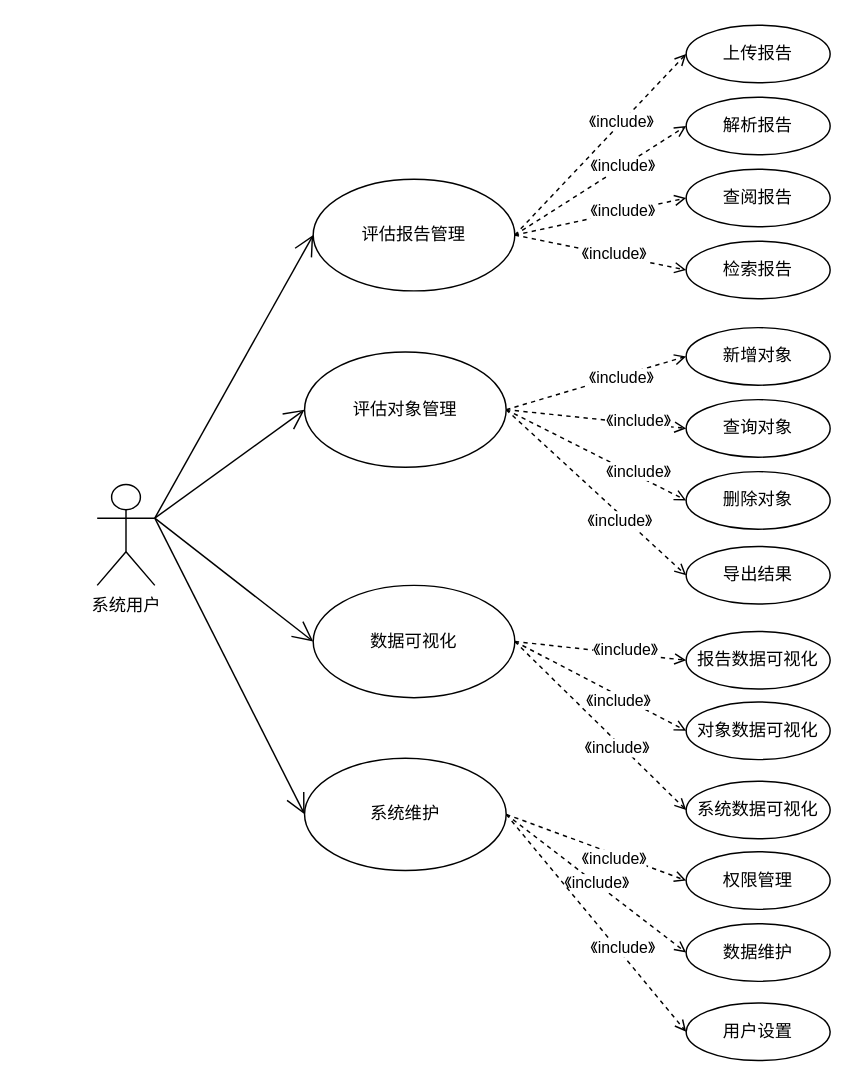
lang22/DocAI_UML keeps this draw.io diagram as user_case.drawio. Above is the earlier version. Source tidied: cells renumbered, new cells numbered last; positions are measured from the earlier drawing's top-left corner, leaving out a move shared by most shapes. Both pictures are drawn from the tidied source at 144%, with x=0, y=0 at pixel (96, 24).
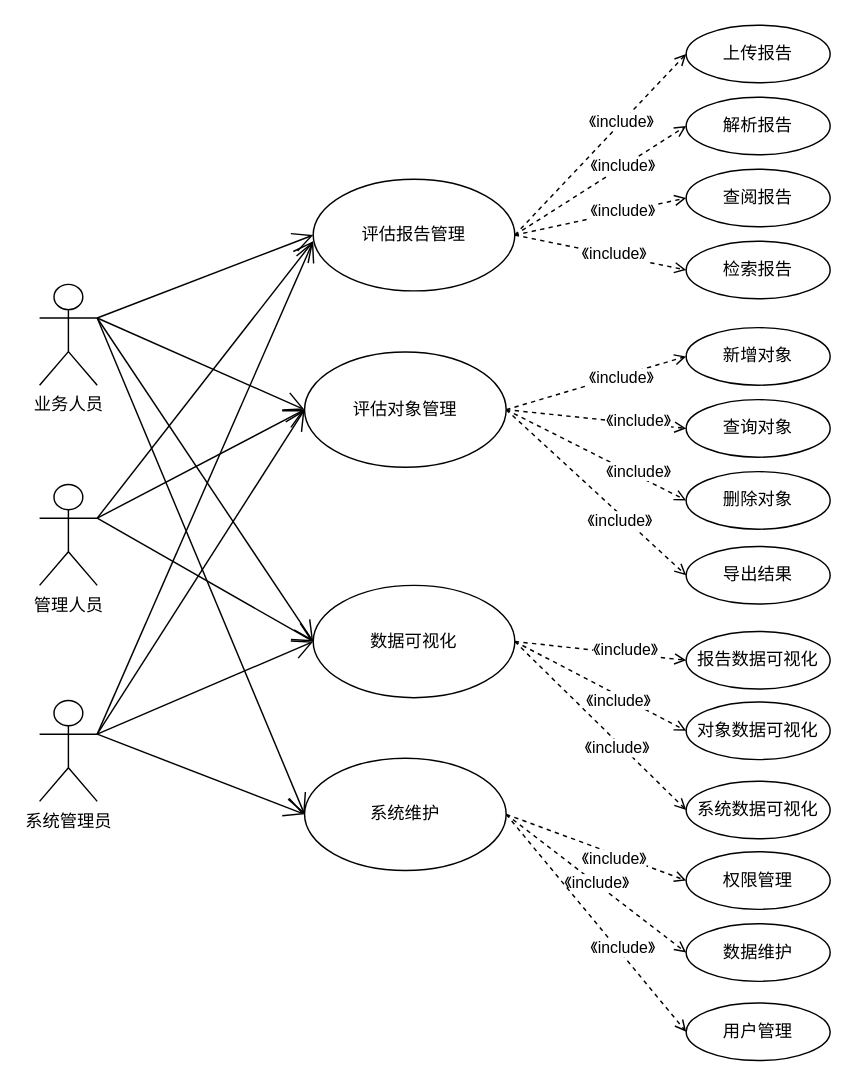
The same page after the edit.

Unchanged cells that the change refers to:
```xml
<mxCell id="11" value="数据可视化" style="ellipse;whiteSpace=wrap;html=1;" parent="1" vertex="1">
  <mxGeometry x="150" y="389" width="140" height="78" as="geometry" />
</mxCell>
<mxCell id="15" value="系统维护" style="ellipse;whiteSpace=wrap;html=1;" parent="1" vertex="1">
  <mxGeometry x="144" y="509" width="140" height="78" as="geometry" />
</mxCell>
<mxCell id="24" value="评估对象管理" style="ellipse;whiteSpace=wrap;html=1;" parent="1" vertex="1">
  <mxGeometry x="144" y="227" width="140" height="80" as="geometry" />
</mxCell>
```

Diff of the diagram source:
```diff
@@
-    <mxCell id="25" value="系统用户" style="shape=umlActor;verticalLabelPosition=bottom;verticalAlign=top;html=1;" parent="1" vertex="1">
-      <mxGeometry y="319" width="40" height="70" as="geometry" />
+    <mxCell id="25" value="业务人员" style="shape=umlActor;verticalLabelPosition=bottom;verticalAlign=top;html=1;" parent="1" vertex="1">
+      <mxGeometry x="-40" y="180" width="40" height="70" as="geometry" />
     </mxCell>
@@
-    <mxCell id="43" value="用户设置" style="ellipse;whiteSpace=wrap;html=1;" parent="1" vertex="1">
+    <mxCell id="43" value="用户管理" style="ellipse;whiteSpace=wrap;html=1;" parent="1" vertex="1">
       <mxGeometry x="409" y="679" width="100" height="40" as="geometry" />
     </mxCell>
@@
+    <mxCell id="52" value="管理人员" style="shape=umlActor;verticalLabelPosition=bottom;verticalAlign=top;html=1;" parent="1" vertex="1">
+      <mxGeometry x="-40" y="319" width="40" height="70" as="geometry" />
+    </mxCell>
+    <mxCell id="53" value="系统管理员" style="shape=umlActor;verticalLabelPosition=bottom;verticalAlign=top;html=1;" parent="1" vertex="1">
+      <mxGeometry x="-40" y="469" width="40" height="70" as="geometry" />
+    </mxCell>
+    <mxCell id="54" style="endArrow=open;endSize=12;html=1;rounded=0;exitX=1;exitY=0.3333333333333333;exitDx=0;exitDy=0;exitPerimeter=0;" parent="1" edge="1" source="52">
+      <mxGeometry x="0.14" y="-19" relative="1" as="geometry">
+        <mxPoint x="150" y="150" as="targetPoint" />
+      </mxGeometry>
+    </mxCell>
+    <mxCell id="55" style="endArrow=open;endSize=12;html=1;rounded=0;exitX=1;exitY=0.3333333333333333;exitDx=0;exitDy=0;exitPerimeter=0;entryX=0;entryY=0.5;entryDx=0;entryDy=0;" parent="1" edge="1" source="52" target="24">
+      <mxGeometry x="0.14" y="-19" relative="1" as="geometry" />
+    </mxCell>
+    <mxCell id="56" style="endArrow=open;endSize=12;html=1;rounded=0;exitX=1;exitY=0.3333333333333333;exitDx=0;exitDy=0;exitPerimeter=0;entryX=0;entryY=0.5;entryDx=0;entryDy=0;" parent="1" edge="1" source="52" target="11">
+      <mxGeometry x="0.14" y="-19" relative="1" as="geometry" />
+    </mxCell>
+    <mxCell id="57" style="endArrow=open;endSize=12;html=1;rounded=0;exitX=1;exitY=0.3333333333333333;exitDx=0;exitDy=0;exitPerimeter=0;entryX=0;entryY=0.5;entryDx=0;entryDy=0;" parent="1" edge="1" source="53" target="15">
+      <mxGeometry x="0.14" y="-19" relative="1" as="geometry" />
+    </mxCell>
+    <mxCell id="58" style="endArrow=open;endSize=12;html=1;rounded=0;exitX=1;exitY=0.3333333333333333;exitDx=0;exitDy=0;exitPerimeter=0;entryX=0;entryY=0.5;entryDx=0;entryDy=0;" parent="1" edge="1" source="53" target="11">
+      <mxGeometry x="0.14" y="-19" relative="1" as="geometry" />
+    </mxCell>
+    <mxCell id="59" style="endArrow=open;endSize=12;html=1;rounded=0;exitX=1;exitY=0.3333333333333333;exitDx=0;exitDy=0;exitPerimeter=0;" parent="1" edge="1" source="53">
+      <mxGeometry x="0.14" y="-19" relative="1" as="geometry">
+        <mxPoint x="150" y="150" as="targetPoint" />
+      </mxGeometry>
+    </mxCell>
+    <mxCell id="60" style="endArrow=open;endSize=12;html=1;rounded=0;exitX=1;exitY=0.3333333333333333;exitDx=0;exitDy=0;exitPerimeter=0;entryX=0;entryY=0.5;entryDx=0;entryDy=0;" parent="1" edge="1" source="53" target="24">
+      <mxGeometry x="0.14" y="-19" relative="1" as="geometry" />
+    </mxCell>
```
